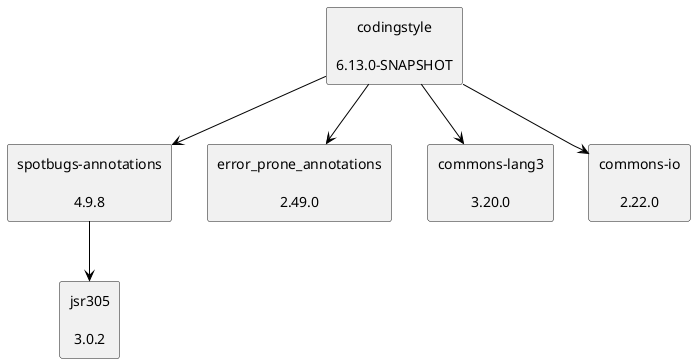
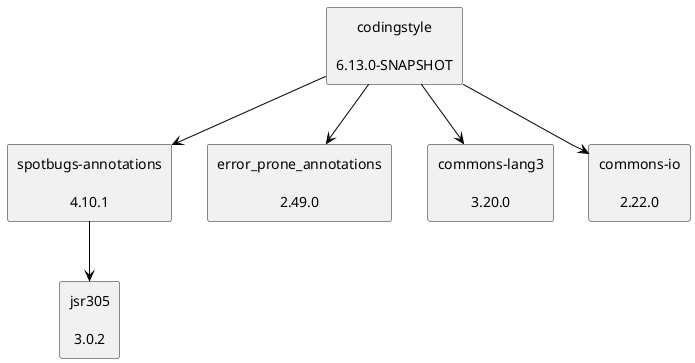
@startuml
skinparam defaultTextAlignment center
skinparam rectangle {
  BackgroundColor<<optional>> beige
  BackgroundColor<<test>> lightGreen
  BackgroundColor<<runtime>> lightBlue
  BackgroundColor<<provided>> lightGray
}
- rectangle "spotbugs-annotations\n\n4.9.8" as com_github_spotbugs_spotbugs_annotations_jar
+ rectangle "spotbugs-annotations\n\n4.10.1" as com_github_spotbugs_spotbugs_annotations_jar
rectangle "jsr305\n\n3.0.2" as com_google_code_findbugs_jsr305_jar
rectangle "codingstyle\n\n6.13.0-SNAPSHOT" as edu_hm_hafner_codingstyle_jar
rectangle "error_prone_annotations\n\n2.49.0" as com_google_errorprone_error_prone_annotations_jar
rectangle "commons-lang3\n\n3.20.0" as org_apache_commons_commons_lang3_jar
rectangle "commons-io\n\n2.22.0" as commons_io_commons_io_jar
com_github_spotbugs_spotbugs_annotations_jar -[#000000]-> com_google_code_findbugs_jsr305_jar
edu_hm_hafner_codingstyle_jar -[#000000]-> com_github_spotbugs_spotbugs_annotations_jar
edu_hm_hafner_codingstyle_jar -[#000000]-> com_google_errorprone_error_prone_annotations_jar
edu_hm_hafner_codingstyle_jar -[#000000]-> org_apache_commons_commons_lang3_jar
edu_hm_hafner_codingstyle_jar -[#000000]-> commons_io_commons_io_jar
@enduml